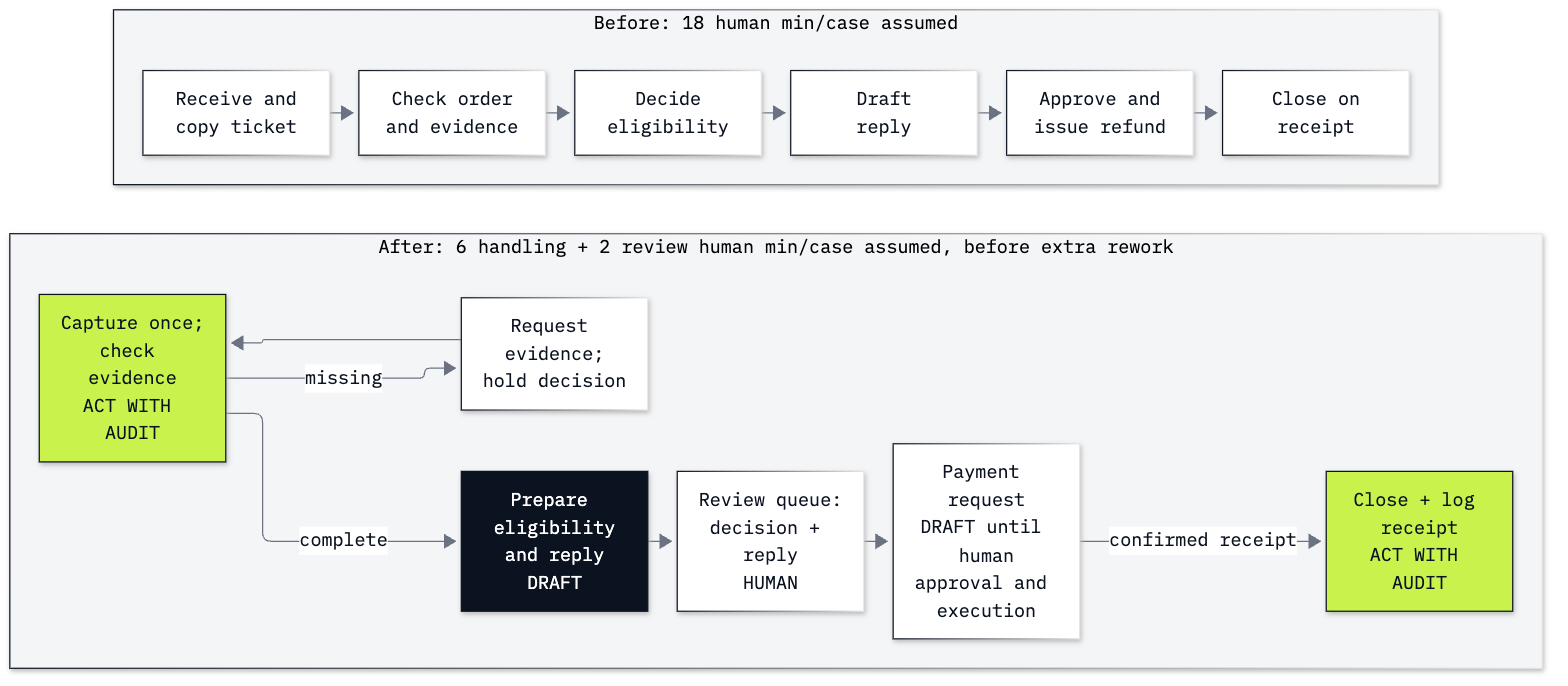
tatwan/ai_agents_course keeps this Mermaid diagram as 22_Process_Reengineering/resources/lab22_process_map.png. Above is the earlier version. Its source is kept beside it as 22_Process_Reengineering/resources/lab22_process_map.mmd.
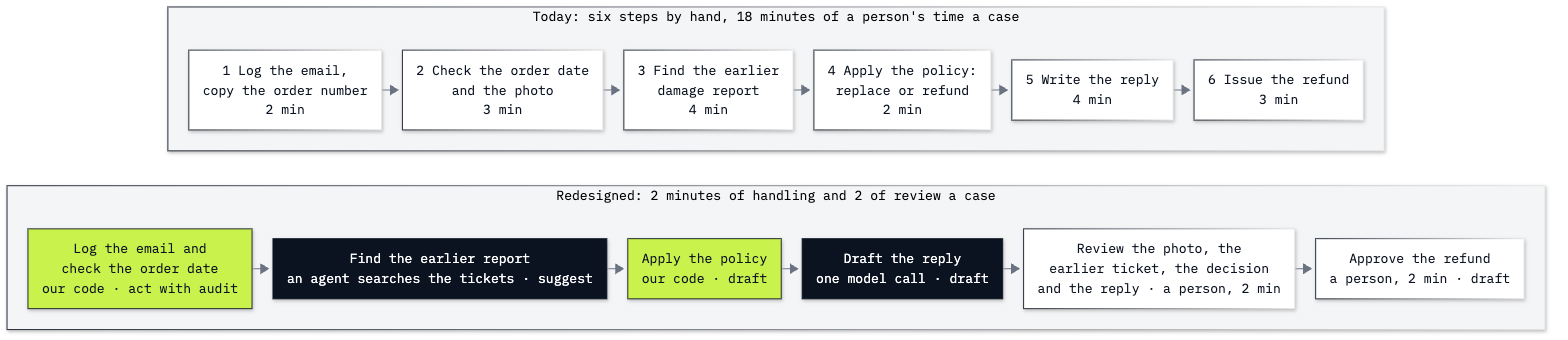
After the commit.

Commit message:
Lab 22: rebuild process re-engineering

Diff of the diagram source:
```diff
@@ -1,24 +1,23 @@
-%%{init: {"theme": "base", "flowchart": {"curve": "basis", "nodeSpacing": 22, "rankSpacing": 30}, "themeVariables": {"fontFamily": "IBM Plex Mono, monospace", "fontSize": "15px", "primaryColor": "#FFFFFF", "primaryBorderColor": "#0B1220", "primaryTextColor": "#0B1220", "lineColor": "#6B7383", "clusterBkg": "#F4F5F7", "clusterBorder": "#6B7383"}}}%%
+%%{init: {"theme": "base", "flowchart": {"curve": "basis", "nodeSpacing": 22, "rankSpacing": 34, "wrappingWidth": 420}, "themeVariables": {"fontFamily": "IBM Plex Mono, monospace", "fontSize": "15px", "primaryColor": "#FFFFFF", "primaryBorderColor": "#0B1220", "primaryTextColor": "#0B1220", "lineColor": "#6B7383", "clusterBkg": "#F4F5F7", "clusterBorder": "#6B7383"}}}%%
 flowchart TB
-    subgraph before["Before: 18 human min/case assumed"]
+    subgraph before["Today: six steps by hand, 18 minutes of a person's time a case"]
       direction LR
-      b1[Receive and<br/>copy ticket] --> b2[Check order<br/>and evidence]
-      b2 --> b3[Decide<br/>eligibility]
-      b3 --> b4[Draft<br/>reply]
-      b4 --> b5[Approve and<br/>issue refund]
-      b5 --> b6[Close on<br/>receipt]
+      b1["1 Log the email,<br/>copy the order number<br/>2 min"] --> b2["2 Check the order date<br/>and the photo<br/>3 min"]
+      b2 --> b3["3 Find the earlier<br/>damage report<br/>4 min"]
+      b3 --> b4["4 Apply the policy:<br/>replace or refund<br/>2 min"]
+      b4 --> b5["5 Write the reply<br/>4 min"]
+      b5 --> b6["6 Issue the refund<br/>3 min"]
     end
-    subgraph after["After: 6 handling + 2 review human min/case assumed, before extra rework"]
+    subgraph after["Redesigned: 2 minutes of handling and 2 of review a case"]
       direction LR
-      a1[Capture once;<br/>check evidence<br/>ACT WITH AUDIT] -->|complete| a2[Prepare eligibility<br/>and reply<br/>DRAFT]
-      a1 -->|missing| ex[Request evidence;<br/>hold decision]
-      ex --> a1
-      a2 --> a3[Review queue:<br/>decision + reply<br/>HUMAN]
-      a3 --> a4[Payment request<br/>DRAFT until human<br/>approval and execution]
-      a4 -->|confirmed receipt| a5[Close + log receipt<br/>ACT WITH AUDIT]
+      a1["Log the email and<br/>check the order date<br/>our code · act with audit"] --> a2["Find the earlier report<br/>an agent searches the tickets · suggest"]
+      a2 --> a3["Apply the policy<br/>our code · draft"]
+      a3 --> a4["Draft the reply<br/>one model call · draft"]
+      a4 --> a5["Review the photo, the<br/>earlier ticket, the decision<br/>and the reply · a person, 2 min"]
+      a5 --> a6["Approve the refund<br/>a person, 2 min · draft"]
     end
     before ~~~ after
     classDef model fill:#0B1220,color:#FFFFFF,stroke:#0B1220
     classDef code fill:#C9F24D,color:#0B1220,stroke:#0B1220
-    class a2 model
-    class a1,a5 code
+    class a2,a4 model
+    class a1,a3 code
```
